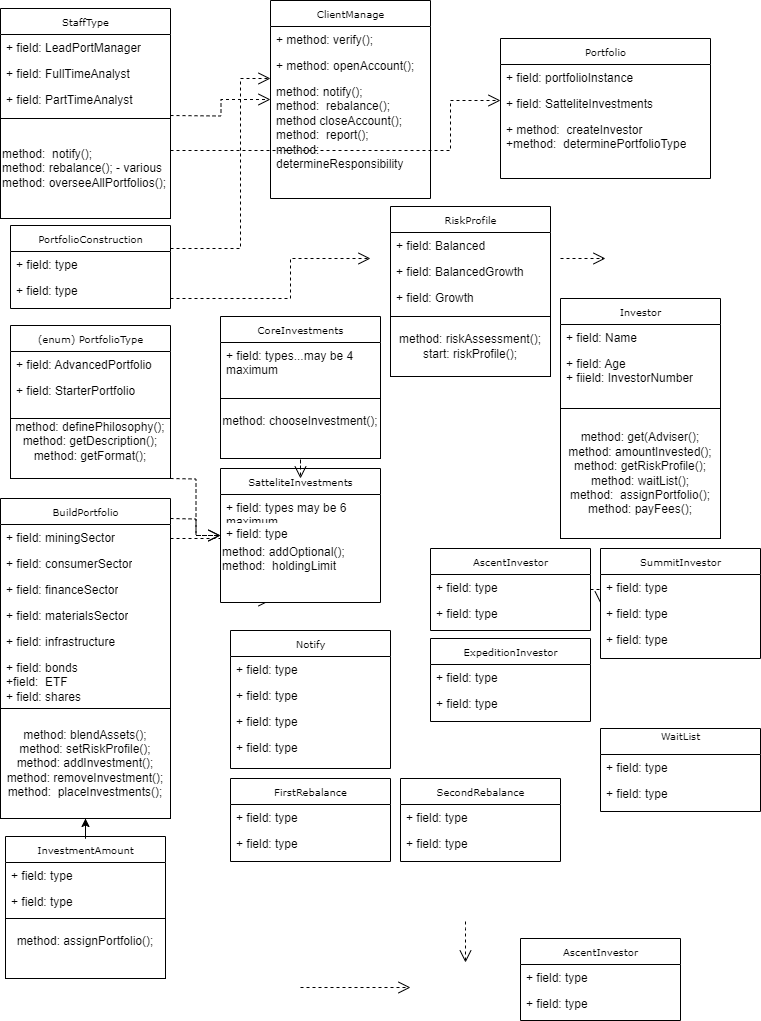
Above: ClassProjectclass1.drawio.png in jimmyjazz31/CS665Assign5 (draw.io), before the change. Source tidied: cells renumbered, new cells last; positions are measured from the earlier drawing's top-left corner, leaving out a move shared by most shapes.
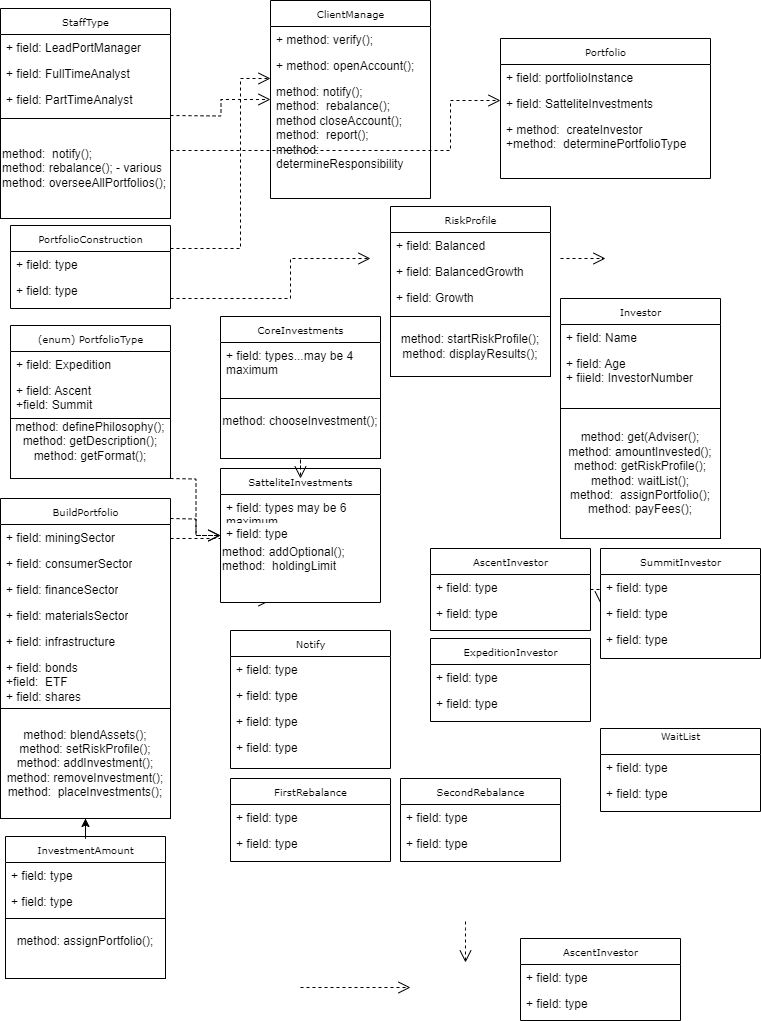
After the change.

What changed in the source:
```diff
@@ -130,11 +130,11 @@
     <mxCell id="28" value="(enum) PortfolioType" style="swimlane;html=1;fontStyle=0;horizontal=1;startSize=26;fillColor=none;swimlaneFillColor=#ffffff;rounded=0;shadow=0;comic=0;labelBackgroundColor=none;strokeWidth=1;fontFamily=Verdana;fontSize=10;align=center;" parent="1" vertex="1">
       <mxGeometry x="10" y="325" width="160" height="93" as="geometry" />
     </mxCell>
-    <mxCell id="29" value="+ field: AdvancedPortfolio" style="text;html=1;strokeColor=none;fillColor=none;align=left;verticalAlign=top;spacingLeft=4;spacingRight=4;whiteSpace=wrap;overflow=hidden;" parent="28" vertex="1">
+    <mxCell id="29" value="+ field: Expedition" style="text;html=1;strokeColor=none;fillColor=none;align=left;verticalAlign=top;spacingLeft=4;spacingRight=4;whiteSpace=wrap;overflow=hidden;" parent="28" vertex="1">
       <mxGeometry y="26" width="160" height="26" as="geometry" />
     </mxCell>
-    <mxCell id="30" value="+ field: StarterPortfolio" style="text;html=1;strokeColor=none;fillColor=none;align=left;verticalAlign=top;spacingLeft=4;spacingRight=4;whiteSpace=wrap;overflow=hidden;" parent="28" vertex="1">
-      <mxGeometry y="52" width="160" height="26" as="geometry" />
+    <mxCell id="30" value="+ field: Ascent&lt;div&gt;+field: Summit&amp;nbsp;&lt;/div&gt;" style="text;html=1;strokeColor=none;fillColor=none;align=left;verticalAlign=top;spacingLeft=4;spacingRight=4;whiteSpace=wrap;overflow=hidden;" parent="28" vertex="1">
+      <mxGeometry y="52" width="160" height="38" as="geometry" />
     </mxCell>
     <mxCell id="31" style="edgeStyle=orthogonalEdgeStyle;rounded=0;html=1;dashed=1;labelBackgroundColor=none;startFill=0;endArrow=open;endFill=0;endSize=10;fontFamily=Verdana;fontSize=10;" parent="1" edge="1" source="2" target="32">
       <mxGeometry relative="1" as="geometry" />
@@ -299,7 +299,7 @@
     <mxCell id="83" value="+ field: type" style="text;html=1;strokeColor=none;fillColor=none;align=left;verticalAlign=top;spacingLeft=4;spacingRight=4;whiteSpace=wrap;overflow=hidden;" parent="81" vertex="1">
       <mxGeometry y="52" width="160" height="26" as="geometry" />
     </mxCell>
-    <mxCell id="84" value="method: riskAssessment();&lt;div&gt;start: riskProfile();&lt;/div&gt;" style="rounded=0;whiteSpace=wrap;html=1;" parent="1" vertex="1">
+    <mxCell id="84" value="method: startRiskProfile();&lt;div&gt;method: displayResults();&lt;/div&gt;" style="rounded=0;whiteSpace=wrap;html=1;" parent="1" vertex="1">
       <mxGeometry x="390" y="316" width="160" height="60" as="geometry" />
     </mxCell>
     <mxCell id="85" value="method: assignPortfolio();&lt;div&gt;&lt;br&gt;&lt;/div&gt;" style="rounded=0;whiteSpace=wrap;html=1;" parent="1" vertex="1">
```
